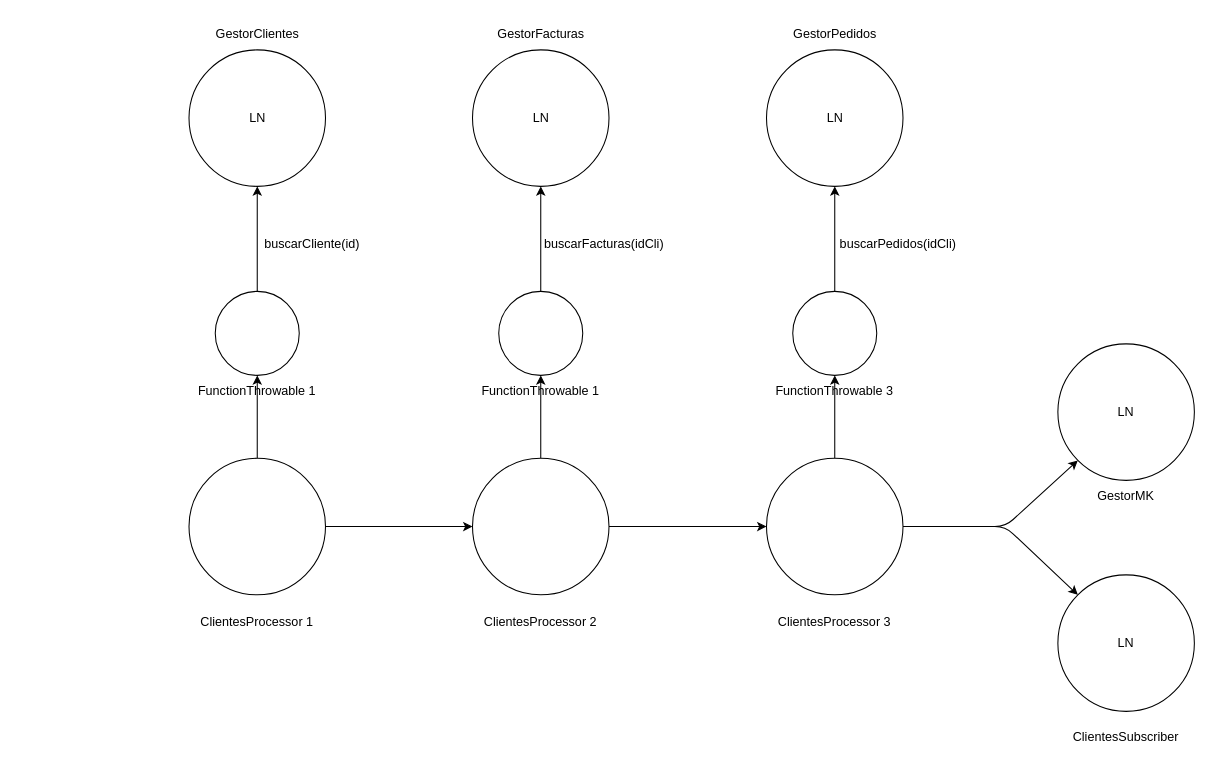
Before: page "Página-1" (1 of 3) of diagramas.drawio in ravaga/Java_17, a draw.io diagram. Source tidied: cells renumbered, new cells numbered last; positions are measured from the earlier drawing's top-left corner, leaving out a move shared by most shapes. Both pictures are drawn from the tidied source at 105%, with x=0, y=0 at pixel (165, 18).
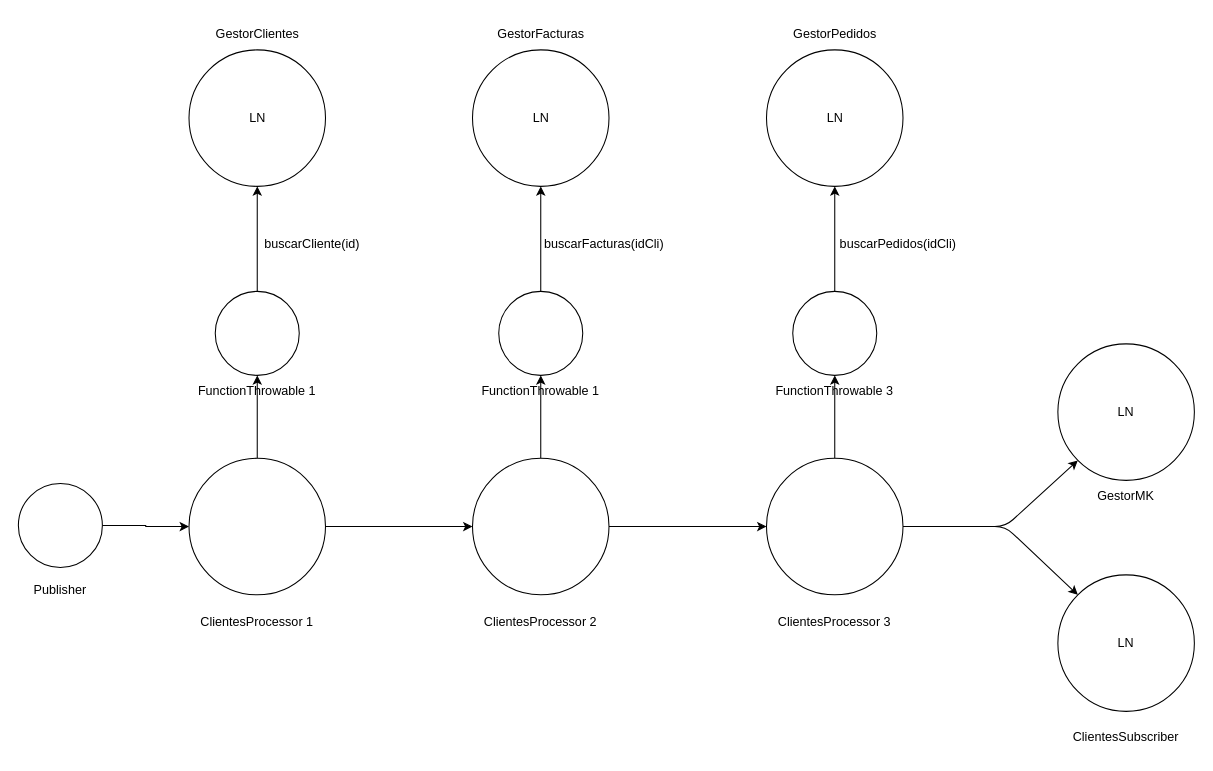
The same page after the edit.

Unchanged cells that the change refers to:
```xml
<mxCell id="4" style="ellipse;whiteSpace=wrap;html=1;" parent="1" vertex="1">
  <mxGeometry x="22.5" y="419" width="130" height="130" as="geometry" />
</mxCell>
```

Change to the diagram source:
```diff
@@
+    <mxCell id="37" style="edgeStyle=orthogonalEdgeStyle;rounded=0;jettySize=auto;html=1;" parent="1" edge="1" source="38" target="4">
+      <mxGeometry relative="1" as="geometry" />
+    </mxCell>
+    <mxCell id="38" style="ellipse;whiteSpace=wrap;html=1;" parent="1" vertex="1">
+      <mxGeometry x="-140" y="443" width="80" height="80" as="geometry" />
+    </mxCell>
+    <mxCell id="39" value="Publisher" style="text;html=1;strokeColor=none;fillColor=none;align=center;verticalAlign=middle;whiteSpace=wrap;rounded=0;" parent="1" vertex="1">
+      <mxGeometry x="-130" y="530" width="60" height="30" as="geometry" />
+    </mxCell>
```
